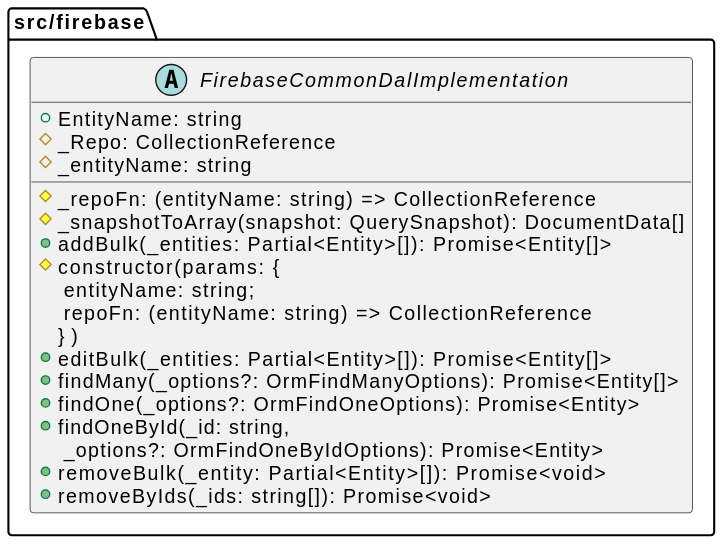
Before: resource/doc/vision/vision-firebase.svg, a diagram exported from PlantUML (beecode-rs/msh-orm). Source of this version:
```plantuml
@startuml
    folder "src/firebase" as src_firebase_155b6be5 {
      abstract "FirebaseCommonDalImplementation" as firebase_common_dal_implementation_3d9c2fd5 {
        + EntityName: string
        # _Repo: CollectionReference
        # _entityName: string
        # _repoFn: (entityName: string) => CollectionReference
        # _snapshotToArray(snapshot: QuerySnapshot): DocumentData[]
        + addBulk(_entities: Partial<Entity>[]): Promise<Entity[]>
        # constructor(params: {\n entityName: string;\n repoFn: (entityName: string) => CollectionReference \n})
        + editBulk(_entities: Partial<Entity>[]): Promise<Entity[]>
        + findMany(_options?: OrmFindManyOptions): Promise<Entity[]>
        + findOne(_options?: OrmFindOneOptions): Promise<Entity>
        + findOneById(_id: string,\n _options?: OrmFindOneByIdOptions): Promise<Entity>
        + removeBulk(_entity: Partial<Entity>[]): Promise<void>
        + removeByIds(_ids: string[]): Promise<void>
      }
    }
@enduml
```
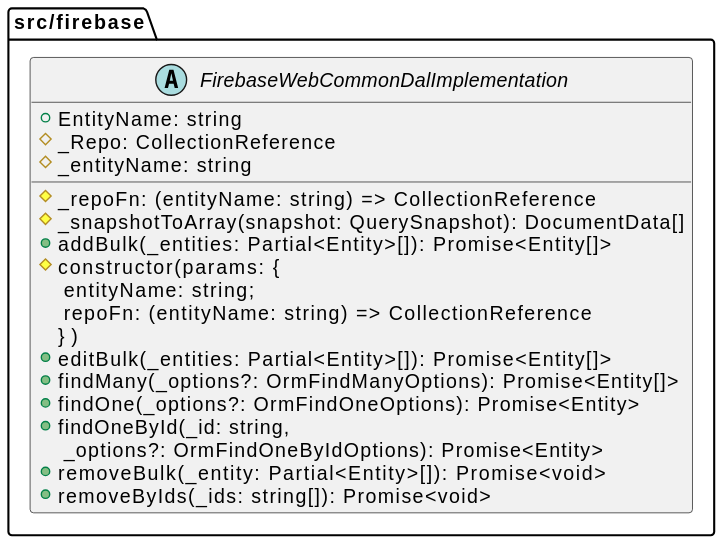
Later version of the same file.

Change to the diagram source:
```diff
@@ -1,6 +1,6 @@
 @startuml
     folder "src/firebase" as src_firebase_155b6be5 {
-      abstract "FirebaseCommonDalImplementation" as firebase_common_dal_implementation_3d9c2fd5 {
+      abstract "FirebaseWebCommonDalImplementation" as firebase_common_dal_implementation_3d9c2fd5 {
         + EntityName: string
         # _Repo: CollectionReference
         # _entityName: string
```
